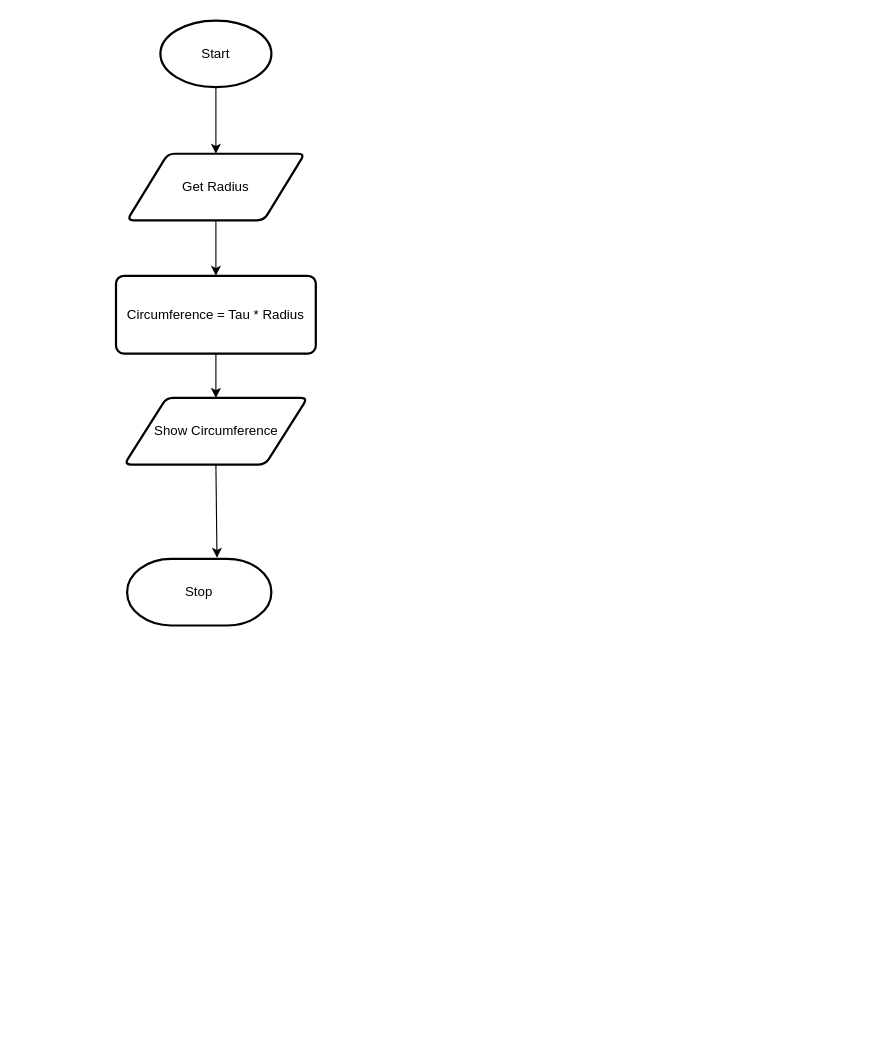
Above: flowchart.drawio in Ethan-Prieur1/ICS3U-Unit3-07-Python (draw.io), before the change. Source tidied: cells renumbered, new cells numbered last; positions are measured from the earlier drawing's top-left corner, leaving out a move shared by most shapes. Both pictures are drawn from the tidied source at 111%, with x=0, y=0 at pixel (115, 20).
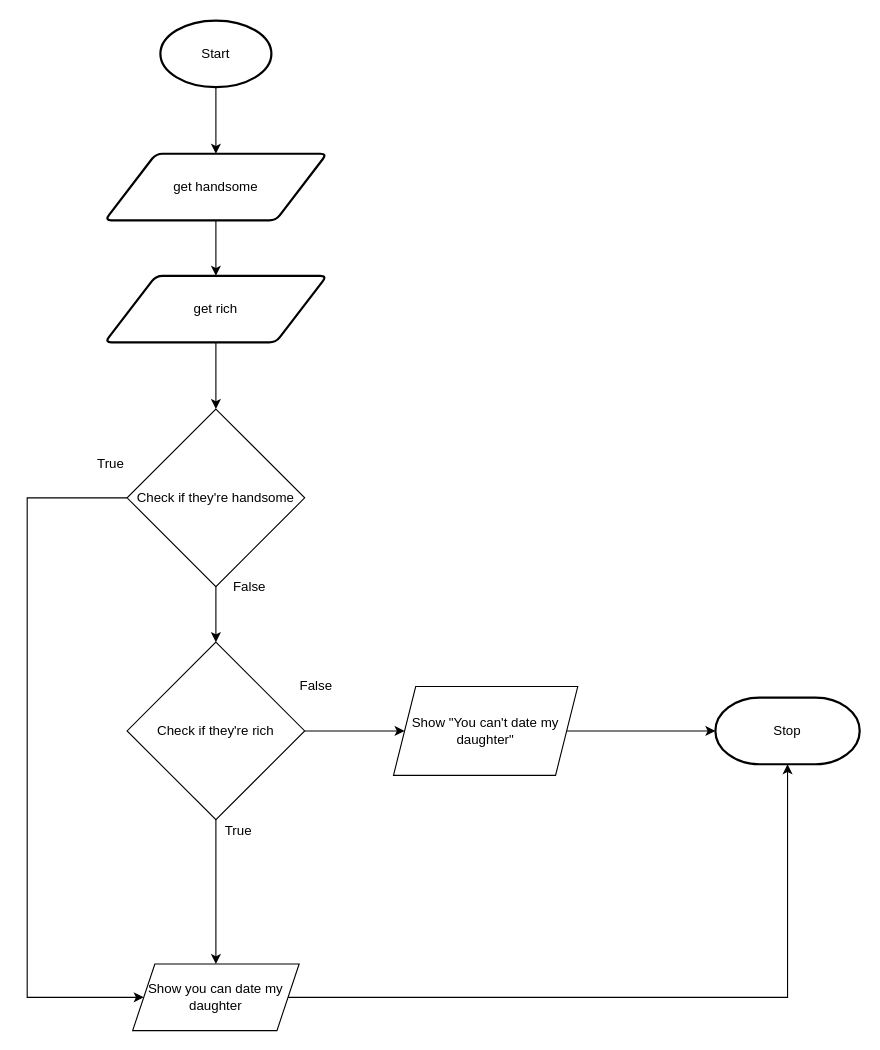
The same page after the edit.

Change to the diagram source:
```diff
@@
-    <mxCell id="4" style="edgeStyle=none;html=1;exitX=0.5;exitY=1;exitDx=0;exitDy=0;entryX=0.5;entryY=0;entryDx=0;entryDy=0;" parent="1" edge="1" source="5" target="7">
-      <mxGeometry relative="1" as="geometry" />
-    </mxCell>
+    <mxCell id="11" style="edgeStyle=none;html=1;" parent="1" edge="1" source="5" target="13">
+      <mxGeometry relative="1" as="geometry" />
+    </mxCell>
-    <mxCell id="5" value="Get Radius" style="shape=parallelogram;html=1;strokeWidth=2;perimeter=parallelogramPerimeter;whiteSpace=wrap;rounded=1;arcSize=12;size=0.23;" parent="1" vertex="1">
-      <mxGeometry x="10" y="120" width="160" height="60" as="geometry" />
+    <mxCell id="5" value="get handsome" style="shape=parallelogram;html=1;strokeWidth=2;perimeter=parallelogramPerimeter;whiteSpace=wrap;rounded=1;arcSize=12;size=0.23;" parent="1" vertex="1">
+      <mxGeometry x="-10" y="120" width="200" height="60" as="geometry" />
     </mxCell>
-    <mxCell id="6" style="edgeStyle=none;html=1;exitX=0.5;exitY=1;exitDx=0;exitDy=0;entryX=0.5;entryY=0;entryDx=0;entryDy=0;" parent="1" edge="1" source="7" target="9">
-      <mxGeometry relative="1" as="geometry" />
-    </mxCell>
-    <mxCell id="7" value="Circumference = Tau * Radius" style="rounded=1;whiteSpace=wrap;html=1;absoluteArcSize=1;arcSize=14;strokeWidth=2;" parent="1" vertex="1">
-      <mxGeometry y="230" width="180" height="70" as="geometry" />
-    </mxCell>
-    <mxCell id="8" style="edgeStyle=none;html=1;exitX=0.5;exitY=1;exitDx=0;exitDy=0;entryX=0.623;entryY=-0.017;entryDx=0;entryDy=0;entryPerimeter=0;" parent="1" edge="1" source="9" target="10">
-      <mxGeometry relative="1" as="geometry" />
-    </mxCell>
-    <mxCell id="9" value="Show Circumference" style="shape=parallelogram;html=1;strokeWidth=2;perimeter=parallelogramPerimeter;whiteSpace=wrap;rounded=1;arcSize=12;size=0.23;" parent="1" vertex="1">
-      <mxGeometry x="7.5" y="340" width="165" height="60" as="geometry" />
-    </mxCell>
     <mxCell id="10" value="Stop" style="strokeWidth=2;html=1;shape=mxgraph.flowchart.terminator;whiteSpace=wrap;" parent="1" vertex="1">
-      <mxGeometry x="10" y="485" width="130" height="60" as="geometry" />
+      <mxGeometry x="540" y="610" width="130" height="60" as="geometry" />
     </mxCell>
+    <mxCell id="12" style="edgeStyle=none;html=1;" parent="1" edge="1" source="13">
+      <mxGeometry relative="1" as="geometry">
+        <mxPoint x="90" y="350" as="targetPoint" />
+      </mxGeometry>
+    </mxCell>
+    <mxCell id="13" value="get rich" style="shape=parallelogram;html=1;strokeWidth=2;perimeter=parallelogramPerimeter;whiteSpace=wrap;rounded=1;arcSize=12;size=0.23;" parent="1" vertex="1">
+      <mxGeometry x="-10" y="230" width="200" height="60" as="geometry" />
+    </mxCell>
+    <mxCell id="14" style="edgeStyle=none;html=1;" parent="1" edge="1" source="15" target="18">
+      <mxGeometry relative="1" as="geometry" />
+    </mxCell>
+    <mxCell id="15" value="Check if they're handsome" style="rhombus;whiteSpace=wrap;html=1;" parent="1" vertex="1">
+      <mxGeometry x="10" y="350" width="160" height="160" as="geometry" />
+    </mxCell>
+    <mxCell id="16" style="edgeStyle=orthogonalEdgeStyle;rounded=0;html=1;" parent="1" edge="1" source="18" target="22">
+      <mxGeometry relative="1" as="geometry" />
+    </mxCell>
+    <mxCell id="17" style="edgeStyle=orthogonalEdgeStyle;rounded=0;html=1;" parent="1" edge="1" source="18" target="20">
+      <mxGeometry relative="1" as="geometry" />
+    </mxCell>
+    <mxCell id="18" value="Check if they're rich" style="rhombus;whiteSpace=wrap;html=1;" parent="1" vertex="1">
+      <mxGeometry x="10" y="560" width="160" height="160" as="geometry" />
+    </mxCell>
+    <mxCell id="19" style="edgeStyle=orthogonalEdgeStyle;html=1;entryX=0;entryY=0.5;entryDx=0;entryDy=0;entryPerimeter=0;exitX=1;exitY=0.5;exitDx=0;exitDy=0;" parent="1" edge="1" source="20" target="10">
+      <mxGeometry relative="1" as="geometry" />
+    </mxCell>
+    <mxCell id="20" value="Show &quot;You can't date my daughter&quot;" style="shape=parallelogram;perimeter=parallelogramPerimeter;whiteSpace=wrap;html=1;fixedSize=1;" parent="1" vertex="1">
+      <mxGeometry x="250" y="600" width="166" height="80" as="geometry" />
+    </mxCell>
+    <mxCell id="21" style="edgeStyle=orthogonalEdgeStyle;rounded=0;html=1;exitX=1;exitY=0.5;exitDx=0;exitDy=0;entryX=0.5;entryY=1;entryDx=0;entryDy=0;entryPerimeter=0;" parent="1" edge="1" source="22" target="10">
+      <mxGeometry relative="1" as="geometry" />
+    </mxCell>
+    <mxCell id="22" value="Show you can date my daughter" style="shape=parallelogram;perimeter=parallelogramPerimeter;whiteSpace=wrap;html=1;fixedSize=1;" parent="1" vertex="1">
+      <mxGeometry x="15" y="850" width="150" height="60" as="geometry" />
+    </mxCell>
+    <mxCell id="23" style="endArrow=classic;html=1;rounded=0;exitX=0;exitY=0.5;exitDx=0;exitDy=0;entryX=0;entryY=0.5;entryDx=0;entryDy=0;" parent="1" edge="1" source="15" target="22">
+      <mxGeometry relative="1" as="geometry">
+        <Array as="points">
+          <mxPoint x="-80" y="430" />
+          <mxPoint x="-80" y="880" />
+        </Array>
+      </mxGeometry>
+    </mxCell>
+    <mxCell id="24" value="True" style="text;html=1;align=center;verticalAlign=middle;strokeColor=none;fillColor=none;" parent="1" vertex="1">
+      <mxGeometry x="-25" y="390" width="40" height="20" as="geometry" />
+    </mxCell>
+    <mxCell id="25" value="False" style="text;html=1;align=center;verticalAlign=middle;strokeColor=none;fillColor=none;" parent="1" vertex="1">
+      <mxGeometry x="95" y="500" width="50" height="20" as="geometry" />
+    </mxCell>
+    <mxCell id="26" value="True" style="text;html=1;align=center;verticalAlign=middle;strokeColor=none;fillColor=none;" parent="1" vertex="1">
+      <mxGeometry x="90" y="720" width="40" height="20" as="geometry" />
+    </mxCell>
+    <mxCell id="27" value="False" style="text;html=1;align=center;verticalAlign=middle;strokeColor=none;fillColor=none;" parent="1" vertex="1">
+      <mxGeometry x="155" y="590" width="50" height="20" as="geometry" />
+    </mxCell>
```
